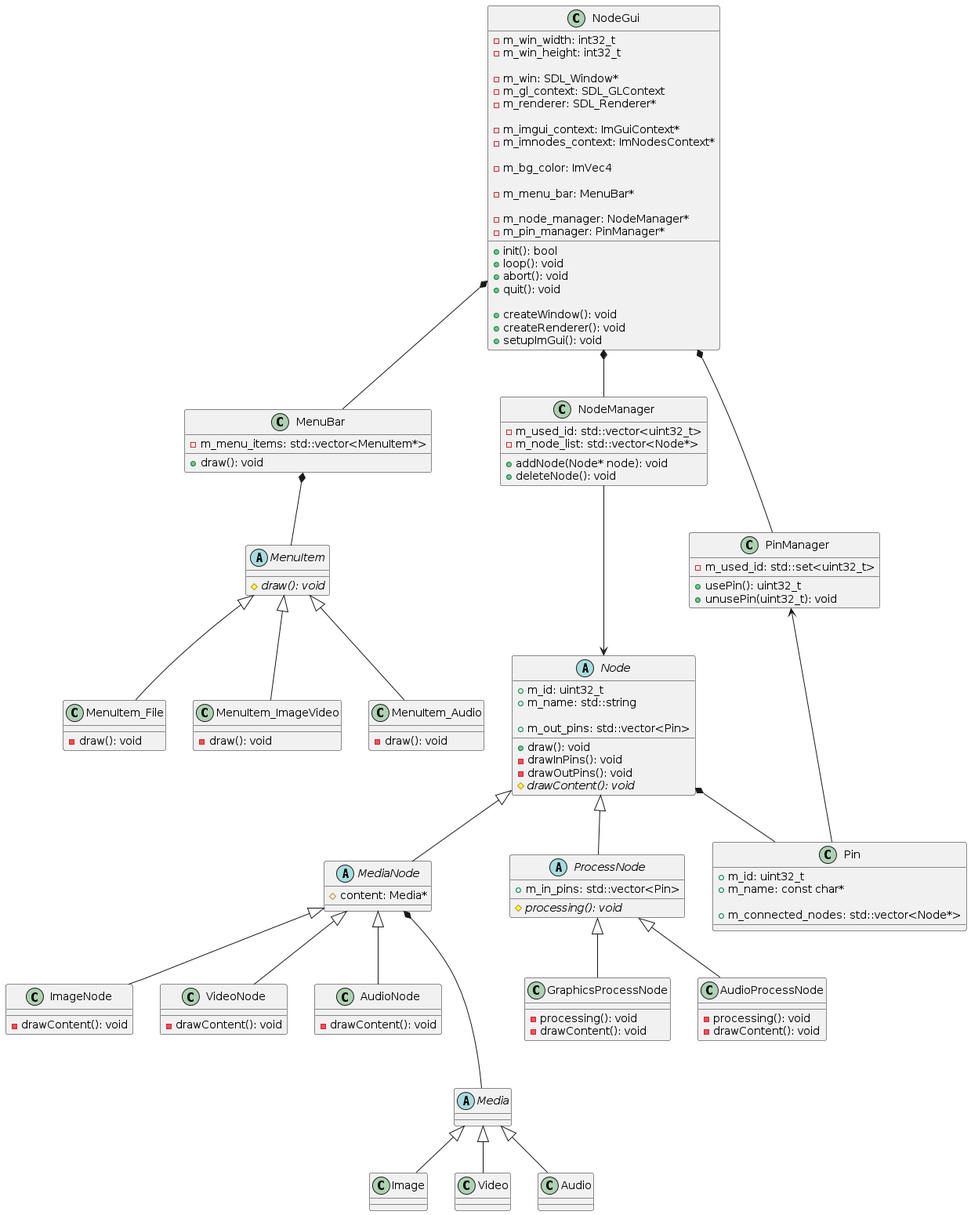
The PlantUML diagram uml/NodeProcessing.png in nkue-yst/NodeProcessV2, before a commit.
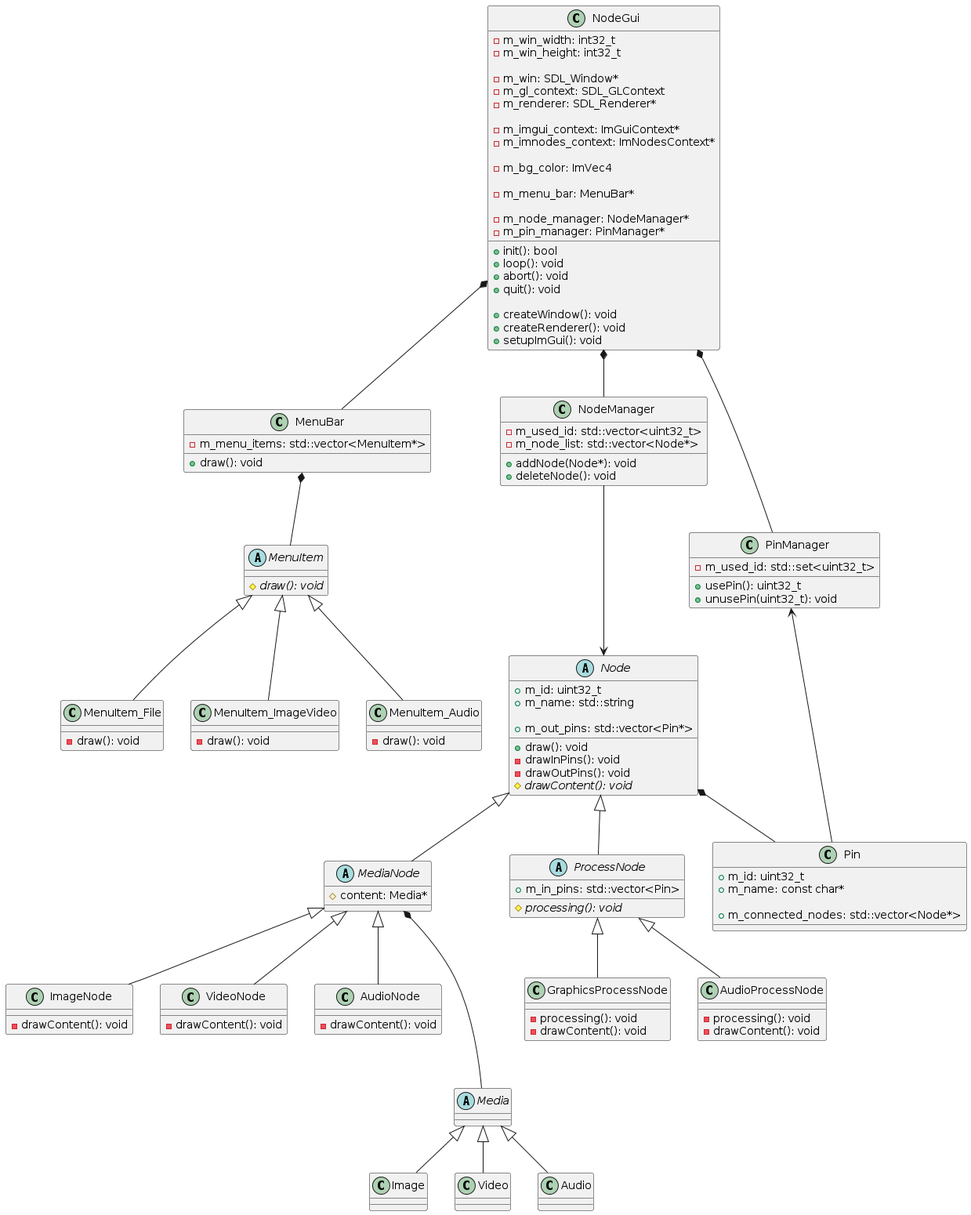
After the change.

What changed in the source:
```diff
@@ -51,7 +51,7 @@
 }
 
 class NodeManager {
-    +addNode(Node* node): void
+    +addNode(Node*): void
     +deleteNode(): void
 
     -m_used_id: std::vector<uint32_t>
@@ -67,7 +67,7 @@
     +m_id: uint32_t
     +m_name: std::string
 
-    +m_out_pins: std::vector<Pin>
+    +m_out_pins: std::vector<Pin*>
 }
 
 abstract class MediaNode {
```
